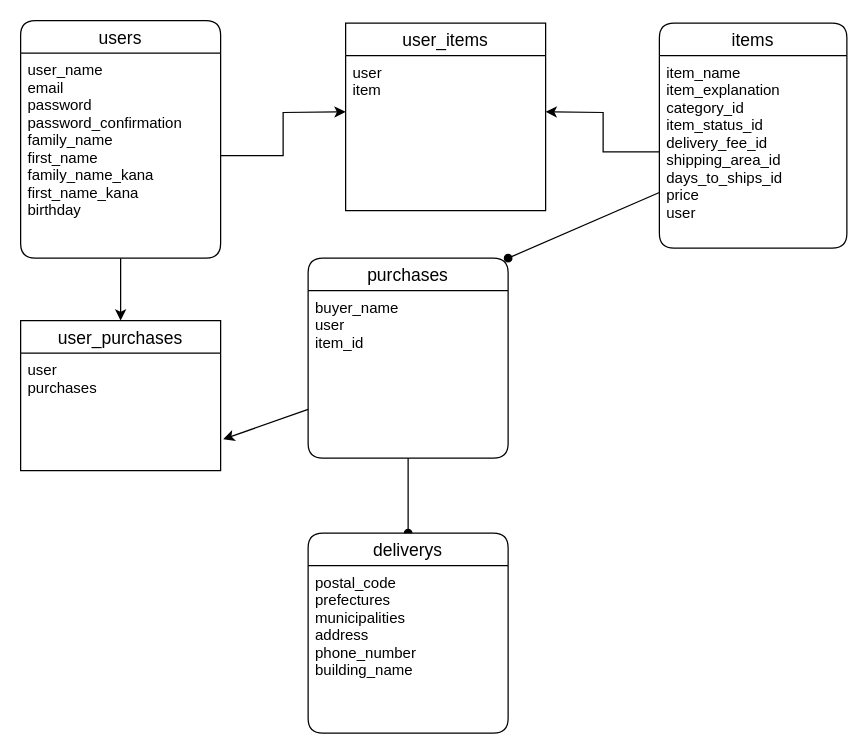
Above: test.dio in yamamuro1138/furima-29632 (draw.io), before the change. Source tidied: cells renumbered, new cells numbered last; positions are measured from the earlier drawing's top-left corner, leaving out a move shared by most shapes. Both pictures are drawn from the tidied source at 125%, with x=0, y=0 at pixel (20, 20).
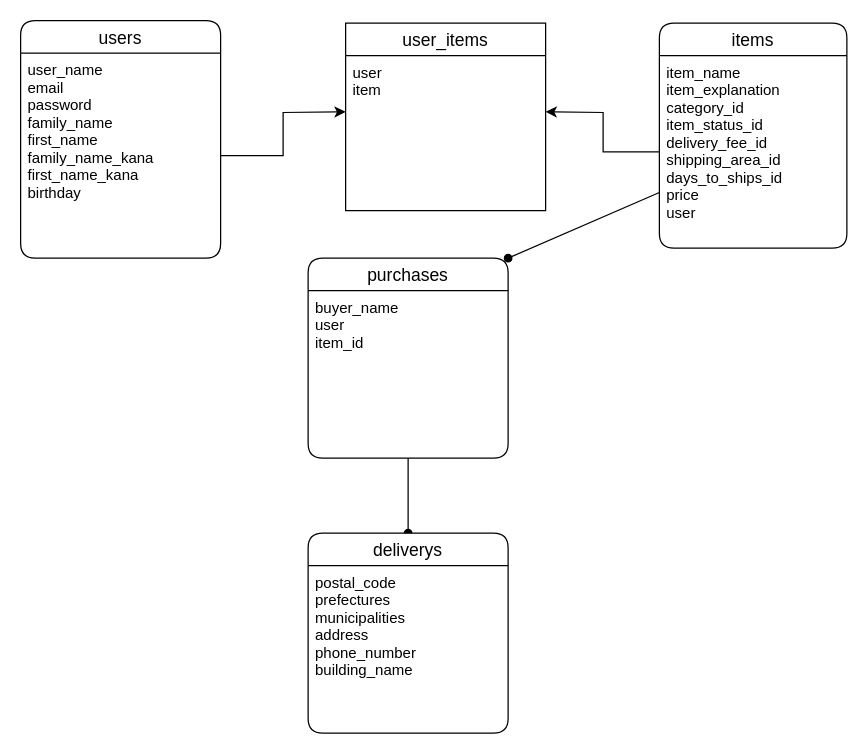
Above is the later version.

The change refers to these unchanged cells:
```xml
<mxCell id="4" value="users" style="swimlane;fontStyle=0;horizontal=1;startSize=26;align=center;fontSize=14;rounded=1;" parent="1" vertex="1">
  <mxGeometry width="160" height="190" as="geometry" />
</mxCell>
<mxCell id="10" value="buyer_name&#10;user&#10;item_id" style="text;strokeColor=none;fillColor=none;spacingLeft=4;spacingRight=4;overflow=hidden;points=[[0,0.5],[1,0.5]];portConstraint=eastwest;fontSize=12;rounded=1;" parent="9" vertex="1">
  <mxGeometry y="26" width="160" height="134" as="geometry" />
</mxCell>
```

What changed in the source:
```diff
@@
-    <mxCell id="3" style="edgeStyle=none;rounded=0;jettySize=auto;html=1;entryX=0.5;entryY=0;entryDx=0;entryDy=0;" parent="1" edge="1" source="4" target="18">
-      <mxGeometry relative="1" as="geometry" />
-    </mxCell>
@@
-    <mxCell id="5" value="user_name&#10;email&#10;password&#10;password_confirmation&#10;family_name&#10;first_name&#10;family_name_kana&#10;first_name_kana&#10;birthday&#10;" style="text;strokeColor=none;fillColor=none;spacingLeft=4;spacingRight=4;overflow=hidden;points=[[0,0.5],[1,0.5]];portConstraint=eastwest;fontSize=12;rounded=1;" parent="4" vertex="1">
+    <mxCell id="5" value="user_name&#10;email&#10;password&#10;family_name&#10;first_name&#10;family_name_kana&#10;first_name_kana&#10;birthday&#10;" style="text;strokeColor=none;fillColor=none;spacingLeft=4;spacingRight=4;overflow=hidden;points=[[0,0.5],[1,0.5]];portConstraint=eastwest;fontSize=12;rounded=1;" parent="4" vertex="1">
       <mxGeometry y="26" width="160" height="164" as="geometry" />
     </mxCell>
@@
-    <mxCell id="18" value="user_purchases" style="swimlane;fontStyle=0;horizontal=1;startSize=26;align=center;fontSize=14;" parent="1" vertex="1">
-      <mxGeometry y="240" width="160" height="120" as="geometry" />
-    </mxCell>
-    <mxCell id="19" value="user&#10;purchases" style="text;strokeColor=none;fillColor=none;spacingLeft=4;spacingRight=4;overflow=hidden;points=[[0,0.5],[1,0.5]];portConstraint=eastwest;fontSize=12;" parent="18" vertex="1">
-      <mxGeometry y="26" width="160" height="94" as="geometry" />
-    </mxCell>
-    <mxCell id="20" style="edgeStyle=none;rounded=0;jettySize=auto;html=1;entryX=1.013;entryY=0.733;entryDx=0;entryDy=0;entryPerimeter=0;" parent="1" edge="1" source="10" target="19">
-      <mxGeometry relative="1" as="geometry" />
-    </mxCell>
```
